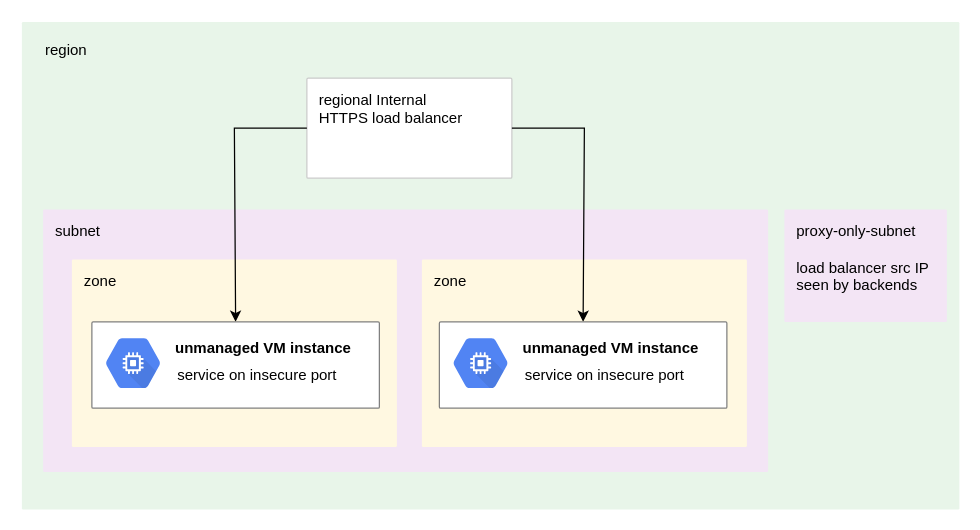
Above: diagrams/gcp-int-https-lb-overview.drawio in fabianlee/gcp-https-lb-vms-cloudfunc (draw.io), before the change. Source tidied: cells renumbered, new cells numbered last; positions are measured from the earlier drawing's top-left corner, leaving out a move shared by most shapes. Both pictures are drawn from the tidied source at 125%, with x=0, y=0 at pixel (21, 21).
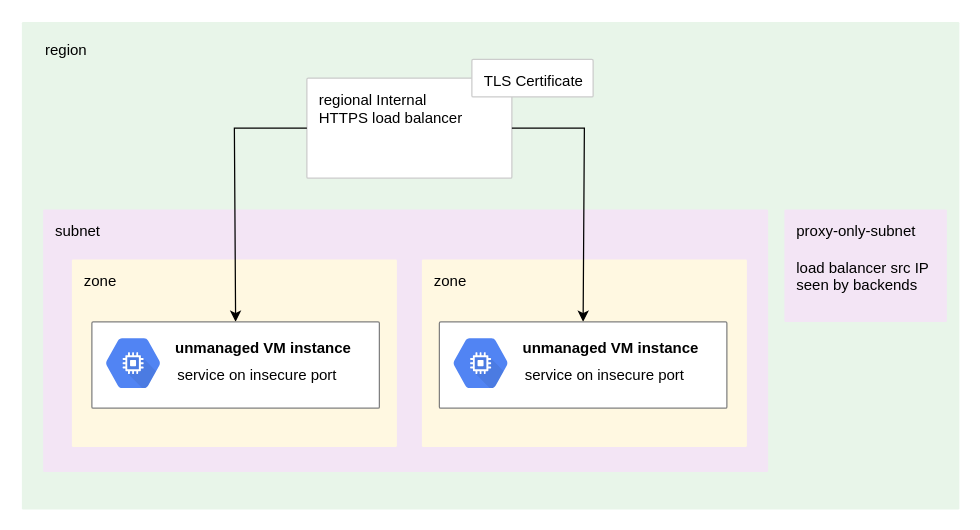
The same page after the edit.

Commit message:
certificate box shown in diagram

Diff of the diagram source:
```diff
@@
+    <mxCell id="21" value="TLS Certificate" style="sketch=0;rounded=1;absoluteArcSize=1;arcSize=2;html=1;strokeColor=#CCCCCC;gradientColor=none;shadow=0;dashed=0;fontSize=12;fontColor=#000000;align=left;verticalAlign=top;spacing=10;spacingTop=-4;fillColor=#FFFFFF;strokeWidth=1;" parent="1" vertex="1">
+      <mxGeometry x="360" y="30" width="97" height="30" as="geometry" />
+    </mxCell>
```
